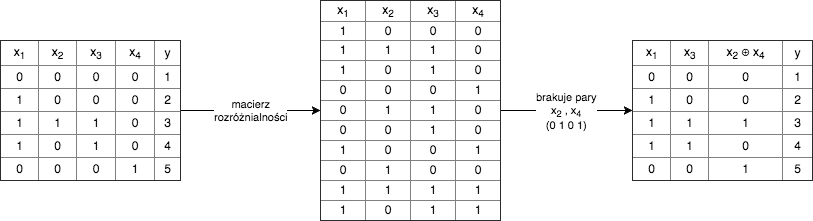
This is paper/chapter03/single-decomposition.png from OrdonTeam/MasterThesis, a draw.io export, as it was before one commit. Source tidied: cells renumbered, new cells last; positions are measured from the earlier drawing's top-left corner, leaving out a move shared by most shapes. The source it was exported from:
```xml
<mxGraphModel background="#ffffff">
  <root>
    <mxCell id="0" />
    <mxCell id="1" parent="0" />
    <mxCell id="2" value="macierz&lt;div&gt;rozróżnialności&lt;/div&gt;" style="edgeStyle=none;rounded=0;html=1;exitX=1;exitY=0.5;entryX=0;entryY=0.5;jettySize=auto;" parent="1" edge="1" source="3" target="5">
      <mxGeometry relative="1" as="geometry" />
    </mxCell>
    <mxCell id="3" value="&lt;table border=&quot;1&quot; width=&quot;100%&quot; style=&quot;width: 100% ; height: 100% ; border-collapse: collapse&quot;&gt;&lt;tbody&gt;&lt;tr&gt;&lt;td style=&quot;text-align: center&quot;&gt;x&lt;sub&gt;1&lt;/sub&gt;&lt;/td&gt;&lt;td style=&quot;text-align: center&quot;&gt;x&lt;sub&gt;2&lt;/sub&gt;&lt;/td&gt;&lt;td style=&quot;text-align: center&quot;&gt;x&lt;sub&gt;3&lt;/sub&gt;&lt;/td&gt;&lt;td style=&quot;text-align: center&quot;&gt;x&lt;sub&gt;4&lt;/sub&gt;&lt;/td&gt;&lt;td style=&quot;text-align: center&quot;&gt;y&lt;/td&gt;&lt;/tr&gt;&lt;tr&gt;&lt;td align=&quot;center&quot;&gt;0&lt;/td&gt;&lt;td align=&quot;center&quot;&gt;0&lt;/td&gt;&lt;td align=&quot;center&quot;&gt;0&lt;/td&gt;&lt;td style=&quot;text-align: center&quot;&gt;0&lt;/td&gt;&lt;td style=&quot;text-align: center&quot;&gt;1&lt;/td&gt;&lt;/tr&gt;&lt;tr&gt;&lt;td align=&quot;center&quot;&gt;1&lt;/td&gt;&lt;td align=&quot;center&quot;&gt;0&lt;/td&gt;&lt;td align=&quot;center&quot;&gt;0&lt;/td&gt;&lt;td style=&quot;text-align: center&quot;&gt;0&lt;/td&gt;&lt;td style=&quot;text-align: center&quot;&gt;2&lt;/td&gt;&lt;/tr&gt;&lt;tr&gt;&lt;td align=&quot;center&quot;&gt;1&lt;/td&gt;&lt;td align=&quot;center&quot;&gt;1&lt;/td&gt;&lt;td align=&quot;center&quot;&gt;1&lt;/td&gt;&lt;td style=&quot;text-align: center&quot;&gt;0&lt;/td&gt;&lt;td style=&quot;text-align: center&quot;&gt;3&lt;/td&gt;&lt;/tr&gt;&lt;tr&gt;&lt;td style=&quot;text-align: center&quot;&gt;1&lt;/td&gt;&lt;td style=&quot;text-align: center&quot;&gt;0&lt;/td&gt;&lt;td style=&quot;text-align: center&quot;&gt;1&lt;/td&gt;&lt;td style=&quot;text-align: center&quot;&gt;0&lt;/td&gt;&lt;td style=&quot;text-align: center&quot;&gt;4&lt;/td&gt;&lt;/tr&gt;&lt;tr&gt;&lt;td style=&quot;text-align: center&quot;&gt;0&lt;/td&gt;&lt;td style=&quot;text-align: center&quot;&gt;0&lt;/td&gt;&lt;td style=&quot;text-align: center&quot;&gt;0&lt;/td&gt;&lt;td style=&quot;text-align: center&quot;&gt;1&lt;/td&gt;&lt;td style=&quot;text-align: center&quot;&gt;5&lt;/td&gt;&lt;/tr&gt;&lt;/tbody&gt;&lt;/table&gt;" style="text;html=1;overflow=fill;" parent="1" vertex="1">
      <mxGeometry y="40" width="180" height="140" as="geometry" />
    </mxCell>
    <mxCell id="4" value="&lt;div&gt;brakuje pary&lt;/div&gt;&lt;div&gt;x&lt;sub&gt;2&lt;/sub&gt;&amp;nbsp;, x&lt;sub&gt;4&lt;/sub&gt;&lt;/div&gt;(0 1 0 1)" style="edgeStyle=none;rounded=0;html=1;exitX=1;exitY=0.5;entryX=0;entryY=0.5;jettySize=auto;" parent="1" edge="1" source="5" target="6">
      <mxGeometry relative="1" as="geometry" />
    </mxCell>
    <mxCell id="5" value="&lt;table border=&quot;1&quot; width=&quot;100%&quot; style=&quot;text-align: center ; width: 100% ; height: 100% ; border-collapse: collapse&quot;&gt;&lt;tbody&gt;&lt;tr&gt;&lt;td style=&quot;text-align: center&quot;&gt;x&lt;sub&gt;1&lt;/sub&gt;&lt;/td&gt;&lt;td style=&quot;text-align: center&quot;&gt;x&lt;sub&gt;2&lt;/sub&gt;&lt;/td&gt;&lt;td style=&quot;text-align: center&quot;&gt;x&lt;sub&gt;3&lt;/sub&gt;&lt;/td&gt;&lt;td style=&quot;text-align: center&quot;&gt;x&lt;sub&gt;4&lt;/sub&gt;&lt;/td&gt;&lt;/tr&gt;&lt;tr&gt;&lt;td align=&quot;center&quot;&gt;1&lt;/td&gt;&lt;td align=&quot;center&quot;&gt;0&lt;/td&gt;&lt;td align=&quot;center&quot;&gt;0&lt;/td&gt;&lt;td style=&quot;text-align: center&quot;&gt;0&lt;/td&gt;&lt;/tr&gt;&lt;tr&gt;&lt;td align=&quot;center&quot;&gt;1&lt;/td&gt;&lt;td align=&quot;center&quot;&gt;1&lt;/td&gt;&lt;td align=&quot;center&quot;&gt;1&lt;/td&gt;&lt;td style=&quot;text-align: center&quot;&gt;0&lt;/td&gt;&lt;/tr&gt;&lt;tr&gt;&lt;td style=&quot;text-align: center&quot;&gt;1&lt;/td&gt;&lt;td style=&quot;text-align: center&quot;&gt;0&lt;/td&gt;&lt;td style=&quot;text-align: center&quot;&gt;1&lt;/td&gt;&lt;td style=&quot;text-align: center&quot;&gt;0&lt;/td&gt;&lt;/tr&gt;&lt;tr&gt;&lt;td style=&quot;text-align: center&quot;&gt;0&lt;/td&gt;&lt;td style=&quot;text-align: center&quot;&gt;0&lt;/td&gt;&lt;td style=&quot;text-align: center&quot;&gt;0&lt;/td&gt;&lt;td style=&quot;text-align: center&quot;&gt;1&lt;/td&gt;&lt;/tr&gt;&lt;tr&gt;&lt;td&gt;0&lt;/td&gt;&lt;td&gt;1&lt;/td&gt;&lt;td&gt;1&lt;/td&gt;&lt;td&gt;0&lt;/td&gt;&lt;/tr&gt;&lt;tr&gt;&lt;td&gt;0&lt;/td&gt;&lt;td&gt;0&lt;/td&gt;&lt;td&gt;1&lt;/td&gt;&lt;td&gt;0&lt;/td&gt;&lt;/tr&gt;&lt;tr&gt;&lt;td&gt;1&lt;/td&gt;&lt;td&gt;0&lt;/td&gt;&lt;td&gt;0&lt;/td&gt;&lt;td&gt;1&lt;/td&gt;&lt;/tr&gt;&lt;tr&gt;&lt;td&gt;0&lt;/td&gt;&lt;td&gt;1&lt;/td&gt;&lt;td&gt;0&lt;/td&gt;&lt;td&gt;0&lt;/td&gt;&lt;/tr&gt;&lt;tr&gt;&lt;td&gt;1&lt;/td&gt;&lt;td&gt;1&lt;/td&gt;&lt;td&gt;1&lt;/td&gt;&lt;td&gt;1&lt;/td&gt;&lt;/tr&gt;&lt;tr&gt;&lt;td&gt;1&lt;/td&gt;&lt;td&gt;0&lt;/td&gt;&lt;td&gt;1&lt;/td&gt;&lt;td&gt;1&lt;/td&gt;&lt;/tr&gt;&lt;/tbody&gt;&lt;/table&gt;" style="text;html=1;overflow=fill;" parent="1" vertex="1">
      <mxGeometry x="320" width="180" height="220" as="geometry" />
    </mxCell>
    <mxCell id="6" value="&lt;table border=&quot;1&quot; width=&quot;100%&quot; style=&quot;width: 100% ; height: 100% ; border-collapse: collapse&quot;&gt;&lt;tbody&gt;&lt;tr&gt;&lt;td style=&quot;text-align: center&quot;&gt;&amp;nbsp;x&lt;sub&gt;1&amp;nbsp;&lt;/sub&gt;&lt;/td&gt;&lt;td style=&quot;text-align: center&quot;&gt;&amp;nbsp;x&lt;sub&gt;3&amp;nbsp;&lt;/sub&gt;&lt;/td&gt;&lt;td style=&quot;text-align: center&quot;&gt;x&lt;sub&gt;2&amp;nbsp;&lt;/sub&gt;&lt;span id=&quot;docs-internal-guid-56d18fd1-6ccc-37d6-8c17-a51392f58ca9&quot;&gt;&lt;span&gt;⊕&amp;nbsp;&lt;/span&gt;&lt;/span&gt;&lt;span&gt;x&lt;/span&gt;&lt;sub&gt;4&lt;/sub&gt;&lt;sub&gt;&lt;br&gt;&lt;/sub&gt;&lt;/td&gt;&lt;td style=&quot;text-align: center&quot;&gt;&amp;nbsp;y&amp;nbsp;&lt;/td&gt;&lt;/tr&gt;&lt;tr&gt;&lt;td align=&quot;center&quot;&gt;0&lt;/td&gt;&lt;td align=&quot;center&quot;&gt;0&lt;/td&gt;&lt;td style=&quot;text-align: center&quot;&gt;0&lt;/td&gt;&lt;td style=&quot;text-align: center&quot;&gt;1&lt;/td&gt;&lt;/tr&gt;&lt;tr&gt;&lt;td align=&quot;center&quot;&gt;1&lt;/td&gt;&lt;td align=&quot;center&quot;&gt;0&lt;/td&gt;&lt;td style=&quot;text-align: center&quot;&gt;0&lt;/td&gt;&lt;td style=&quot;text-align: center&quot;&gt;2&lt;/td&gt;&lt;/tr&gt;&lt;tr&gt;&lt;td align=&quot;center&quot;&gt;1&lt;/td&gt;&lt;td align=&quot;center&quot;&gt;1&lt;/td&gt;&lt;td style=&quot;text-align: center&quot;&gt;1&lt;/td&gt;&lt;td style=&quot;text-align: center&quot;&gt;3&lt;/td&gt;&lt;/tr&gt;&lt;tr&gt;&lt;td style=&quot;text-align: center&quot;&gt;1&lt;/td&gt;&lt;td style=&quot;text-align: center&quot;&gt;1&lt;/td&gt;&lt;td style=&quot;text-align: center&quot;&gt;0&lt;/td&gt;&lt;td style=&quot;text-align: center&quot;&gt;4&lt;/td&gt;&lt;/tr&gt;&lt;tr&gt;&lt;td style=&quot;text-align: center&quot;&gt;0&lt;/td&gt;&lt;td style=&quot;text-align: center&quot;&gt;0&lt;/td&gt;&lt;td style=&quot;text-align: center&quot;&gt;1&lt;/td&gt;&lt;td style=&quot;text-align: center&quot;&gt;5&lt;/td&gt;&lt;/tr&gt;&lt;/tbody&gt;&lt;/table&gt;" style="text;html=1;overflow=fill;" parent="1" vertex="1">
      <mxGeometry x="632" y="40" width="180" height="140" as="geometry" />
    </mxCell>
  </root>
</mxGraphModel>
```
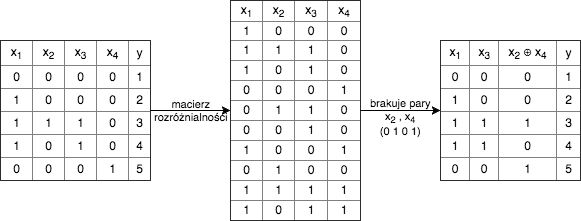
After the commit.

Diff of the diagram source:
```diff
@@ -1,21 +1,21 @@
-<mxGraphModel background="#ffffff">
+<mxGraphModel>
   <root>
     <mxCell id="0" />
     <mxCell id="1" parent="0" />
-    <mxCell id="2" value="macierz&lt;div&gt;rozróżnialności&lt;/div&gt;" style="edgeStyle=none;rounded=0;html=1;exitX=1;exitY=0.5;entryX=0;entryY=0.5;jettySize=auto;" parent="1" edge="1" source="3" target="5">
-      <mxGeometry relative="1" as="geometry" />
-    </mxCell>
     <mxCell id="3" value="&lt;table border=&quot;1&quot; width=&quot;100%&quot; style=&quot;width: 100% ; height: 100% ; border-collapse: collapse&quot;&gt;&lt;tbody&gt;&lt;tr&gt;&lt;td style=&quot;text-align: center&quot;&gt;x&lt;sub&gt;1&lt;/sub&gt;&lt;/td&gt;&lt;td style=&quot;text-align: center&quot;&gt;x&lt;sub&gt;2&lt;/sub&gt;&lt;/td&gt;&lt;td style=&quot;text-align: center&quot;&gt;x&lt;sub&gt;3&lt;/sub&gt;&lt;/td&gt;&lt;td style=&quot;text-align: center&quot;&gt;x&lt;sub&gt;4&lt;/sub&gt;&lt;/td&gt;&lt;td style=&quot;text-align: center&quot;&gt;y&lt;/td&gt;&lt;/tr&gt;&lt;tr&gt;&lt;td align=&quot;center&quot;&gt;0&lt;/td&gt;&lt;td align=&quot;center&quot;&gt;0&lt;/td&gt;&lt;td align=&quot;center&quot;&gt;0&lt;/td&gt;&lt;td style=&quot;text-align: center&quot;&gt;0&lt;/td&gt;&lt;td style=&quot;text-align: center&quot;&gt;1&lt;/td&gt;&lt;/tr&gt;&lt;tr&gt;&lt;td align=&quot;center&quot;&gt;1&lt;/td&gt;&lt;td align=&quot;center&quot;&gt;0&lt;/td&gt;&lt;td align=&quot;center&quot;&gt;0&lt;/td&gt;&lt;td style=&quot;text-align: center&quot;&gt;0&lt;/td&gt;&lt;td style=&quot;text-align: center&quot;&gt;2&lt;/td&gt;&lt;/tr&gt;&lt;tr&gt;&lt;td align=&quot;center&quot;&gt;1&lt;/td&gt;&lt;td align=&quot;center&quot;&gt;1&lt;/td&gt;&lt;td align=&quot;center&quot;&gt;1&lt;/td&gt;&lt;td style=&quot;text-align: center&quot;&gt;0&lt;/td&gt;&lt;td style=&quot;text-align: center&quot;&gt;3&lt;/td&gt;&lt;/tr&gt;&lt;tr&gt;&lt;td style=&quot;text-align: center&quot;&gt;1&lt;/td&gt;&lt;td style=&quot;text-align: center&quot;&gt;0&lt;/td&gt;&lt;td style=&quot;text-align: center&quot;&gt;1&lt;/td&gt;&lt;td style=&quot;text-align: center&quot;&gt;0&lt;/td&gt;&lt;td style=&quot;text-align: center&quot;&gt;4&lt;/td&gt;&lt;/tr&gt;&lt;tr&gt;&lt;td style=&quot;text-align: center&quot;&gt;0&lt;/td&gt;&lt;td style=&quot;text-align: center&quot;&gt;0&lt;/td&gt;&lt;td style=&quot;text-align: center&quot;&gt;0&lt;/td&gt;&lt;td style=&quot;text-align: center&quot;&gt;1&lt;/td&gt;&lt;td style=&quot;text-align: center&quot;&gt;5&lt;/td&gt;&lt;/tr&gt;&lt;/tbody&gt;&lt;/table&gt;" style="text;html=1;overflow=fill;" parent="1" vertex="1">
-      <mxGeometry y="40" width="180" height="140" as="geometry" />
+      <mxGeometry x="90" y="40" width="150" height="140" as="geometry" />
     </mxCell>
-    <mxCell id="4" value="&lt;div&gt;brakuje pary&lt;/div&gt;&lt;div&gt;x&lt;sub&gt;2&lt;/sub&gt;&amp;nbsp;, x&lt;sub&gt;4&lt;/sub&gt;&lt;/div&gt;(0 1 0 1)" style="edgeStyle=none;rounded=0;html=1;exitX=1;exitY=0.5;entryX=0;entryY=0.5;jettySize=auto;" parent="1" edge="1" source="5" target="6">
-      <mxGeometry relative="1" as="geometry" />
-    </mxCell>
     <mxCell id="5" value="&lt;table border=&quot;1&quot; width=&quot;100%&quot; style=&quot;text-align: center ; width: 100% ; height: 100% ; border-collapse: collapse&quot;&gt;&lt;tbody&gt;&lt;tr&gt;&lt;td style=&quot;text-align: center&quot;&gt;x&lt;sub&gt;1&lt;/sub&gt;&lt;/td&gt;&lt;td style=&quot;text-align: center&quot;&gt;x&lt;sub&gt;2&lt;/sub&gt;&lt;/td&gt;&lt;td style=&quot;text-align: center&quot;&gt;x&lt;sub&gt;3&lt;/sub&gt;&lt;/td&gt;&lt;td style=&quot;text-align: center&quot;&gt;x&lt;sub&gt;4&lt;/sub&gt;&lt;/td&gt;&lt;/tr&gt;&lt;tr&gt;&lt;td align=&quot;center&quot;&gt;1&lt;/td&gt;&lt;td align=&quot;center&quot;&gt;0&lt;/td&gt;&lt;td align=&quot;center&quot;&gt;0&lt;/td&gt;&lt;td style=&quot;text-align: center&quot;&gt;0&lt;/td&gt;&lt;/tr&gt;&lt;tr&gt;&lt;td align=&quot;center&quot;&gt;1&lt;/td&gt;&lt;td align=&quot;center&quot;&gt;1&lt;/td&gt;&lt;td align=&quot;center&quot;&gt;1&lt;/td&gt;&lt;td style=&quot;text-align: center&quot;&gt;0&lt;/td&gt;&lt;/tr&gt;&lt;tr&gt;&lt;td style=&quot;text-align: center&quot;&gt;1&lt;/td&gt;&lt;td style=&quot;text-align: center&quot;&gt;0&lt;/td&gt;&lt;td style=&quot;text-align: center&quot;&gt;1&lt;/td&gt;&lt;td style=&quot;text-align: center&quot;&gt;0&lt;/td&gt;&lt;/tr&gt;&lt;tr&gt;&lt;td style=&quot;text-align: center&quot;&gt;0&lt;/td&gt;&lt;td style=&quot;text-align: center&quot;&gt;0&lt;/td&gt;&lt;td style=&quot;text-align: center&quot;&gt;0&lt;/td&gt;&lt;td style=&quot;text-align: center&quot;&gt;1&lt;/td&gt;&lt;/tr&gt;&lt;tr&gt;&lt;td&gt;0&lt;/td&gt;&lt;td&gt;1&lt;/td&gt;&lt;td&gt;1&lt;/td&gt;&lt;td&gt;0&lt;/td&gt;&lt;/tr&gt;&lt;tr&gt;&lt;td&gt;0&lt;/td&gt;&lt;td&gt;0&lt;/td&gt;&lt;td&gt;1&lt;/td&gt;&lt;td&gt;0&lt;/td&gt;&lt;/tr&gt;&lt;tr&gt;&lt;td&gt;1&lt;/td&gt;&lt;td&gt;0&lt;/td&gt;&lt;td&gt;0&lt;/td&gt;&lt;td&gt;1&lt;/td&gt;&lt;/tr&gt;&lt;tr&gt;&lt;td&gt;0&lt;/td&gt;&lt;td&gt;1&lt;/td&gt;&lt;td&gt;0&lt;/td&gt;&lt;td&gt;0&lt;/td&gt;&lt;/tr&gt;&lt;tr&gt;&lt;td&gt;1&lt;/td&gt;&lt;td&gt;1&lt;/td&gt;&lt;td&gt;1&lt;/td&gt;&lt;td&gt;1&lt;/td&gt;&lt;/tr&gt;&lt;tr&gt;&lt;td&gt;1&lt;/td&gt;&lt;td&gt;0&lt;/td&gt;&lt;td&gt;1&lt;/td&gt;&lt;td&gt;1&lt;/td&gt;&lt;/tr&gt;&lt;/tbody&gt;&lt;/table&gt;" style="text;html=1;overflow=fill;" parent="1" vertex="1">
-      <mxGeometry x="320" width="180" height="220" as="geometry" />
+      <mxGeometry x="320" width="130" height="220" as="geometry" />
     </mxCell>
     <mxCell id="6" value="&lt;table border=&quot;1&quot; width=&quot;100%&quot; style=&quot;width: 100% ; height: 100% ; border-collapse: collapse&quot;&gt;&lt;tbody&gt;&lt;tr&gt;&lt;td style=&quot;text-align: center&quot;&gt;&amp;nbsp;x&lt;sub&gt;1&amp;nbsp;&lt;/sub&gt;&lt;/td&gt;&lt;td style=&quot;text-align: center&quot;&gt;&amp;nbsp;x&lt;sub&gt;3&amp;nbsp;&lt;/sub&gt;&lt;/td&gt;&lt;td style=&quot;text-align: center&quot;&gt;x&lt;sub&gt;2&amp;nbsp;&lt;/sub&gt;&lt;span id=&quot;docs-internal-guid-56d18fd1-6ccc-37d6-8c17-a51392f58ca9&quot;&gt;&lt;span&gt;⊕&amp;nbsp;&lt;/span&gt;&lt;/span&gt;&lt;span&gt;x&lt;/span&gt;&lt;sub&gt;4&lt;/sub&gt;&lt;sub&gt;&lt;br&gt;&lt;/sub&gt;&lt;/td&gt;&lt;td style=&quot;text-align: center&quot;&gt;&amp;nbsp;y&amp;nbsp;&lt;/td&gt;&lt;/tr&gt;&lt;tr&gt;&lt;td align=&quot;center&quot;&gt;0&lt;/td&gt;&lt;td align=&quot;center&quot;&gt;0&lt;/td&gt;&lt;td style=&quot;text-align: center&quot;&gt;0&lt;/td&gt;&lt;td style=&quot;text-align: center&quot;&gt;1&lt;/td&gt;&lt;/tr&gt;&lt;tr&gt;&lt;td align=&quot;center&quot;&gt;1&lt;/td&gt;&lt;td align=&quot;center&quot;&gt;0&lt;/td&gt;&lt;td style=&quot;text-align: center&quot;&gt;0&lt;/td&gt;&lt;td style=&quot;text-align: center&quot;&gt;2&lt;/td&gt;&lt;/tr&gt;&lt;tr&gt;&lt;td align=&quot;center&quot;&gt;1&lt;/td&gt;&lt;td align=&quot;center&quot;&gt;1&lt;/td&gt;&lt;td style=&quot;text-align: center&quot;&gt;1&lt;/td&gt;&lt;td style=&quot;text-align: center&quot;&gt;3&lt;/td&gt;&lt;/tr&gt;&lt;tr&gt;&lt;td style=&quot;text-align: center&quot;&gt;1&lt;/td&gt;&lt;td style=&quot;text-align: center&quot;&gt;1&lt;/td&gt;&lt;td style=&quot;text-align: center&quot;&gt;0&lt;/td&gt;&lt;td style=&quot;text-align: center&quot;&gt;4&lt;/td&gt;&lt;/tr&gt;&lt;tr&gt;&lt;td style=&quot;text-align: center&quot;&gt;0&lt;/td&gt;&lt;td style=&quot;text-align: center&quot;&gt;0&lt;/td&gt;&lt;td style=&quot;text-align: center&quot;&gt;1&lt;/td&gt;&lt;td style=&quot;text-align: center&quot;&gt;5&lt;/td&gt;&lt;/tr&gt;&lt;/tbody&gt;&lt;/table&gt;" style="text;html=1;overflow=fill;" parent="1" vertex="1">
-      <mxGeometry x="632" y="40" width="180" height="140" as="geometry" />
+      <mxGeometry x="530" y="40" width="140" height="140" as="geometry" />
     </mxCell>
+    <mxCell id="2" value="macierz&lt;div&gt;rozróżnialności&lt;/div&gt;" style="edgeStyle=none;rounded=0;html=1;exitX=1;exitY=0.5;entryX=0;entryY=0.5;jettySize=auto;labelBackgroundColor=none;" parent="1" edge="1" source="3" target="5">
+      <mxGeometry relative="1" as="geometry" />
+    </mxCell>
+    <mxCell id="4" value="&lt;div&gt;&lt;br&gt;&lt;/div&gt;&lt;div&gt;brakuje pary&lt;/div&gt;&lt;div&gt;x&lt;sub&gt;2&lt;/sub&gt;&amp;nbsp;, x&lt;sub&gt;4&lt;/sub&gt;&lt;/div&gt;(0 1 0 1)" style="edgeStyle=none;rounded=0;html=1;exitX=1;exitY=0.5;entryX=0;entryY=0.5;jettySize=auto;labelBackgroundColor=none;" parent="1" edge="1" source="5" target="6">
+      <mxGeometry relative="1" as="geometry" />
+    </mxCell>
   </root>
 </mxGraphModel>
```
